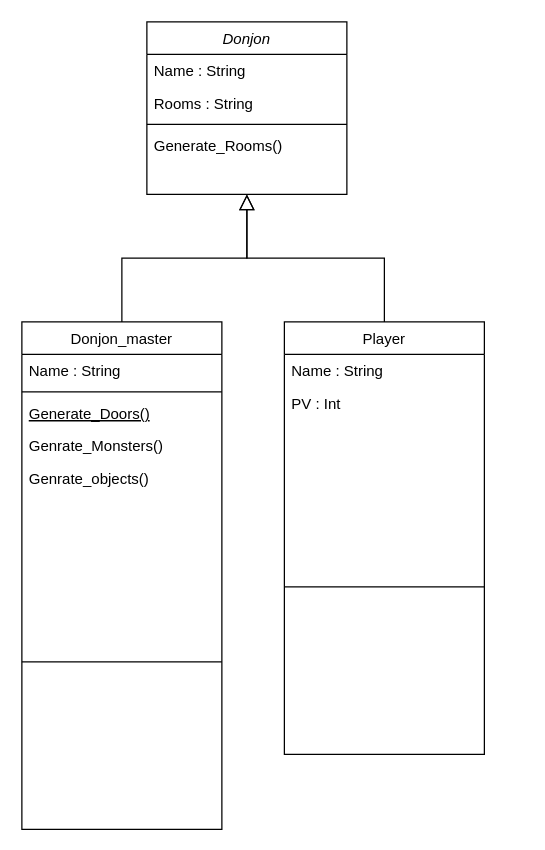
Longuevville/DonjonQuest keeps this draw.io diagram as Diagramme de classe.drawio. Above is the earlier version. Source tidied: cells renumbered, new cells numbered last; positions are measured from the earlier drawing's top-left corner, leaving out a move shared by most shapes. Both pictures are drawn from the tidied source at 125%, with x=0, y=0 at pixel (21, 21).
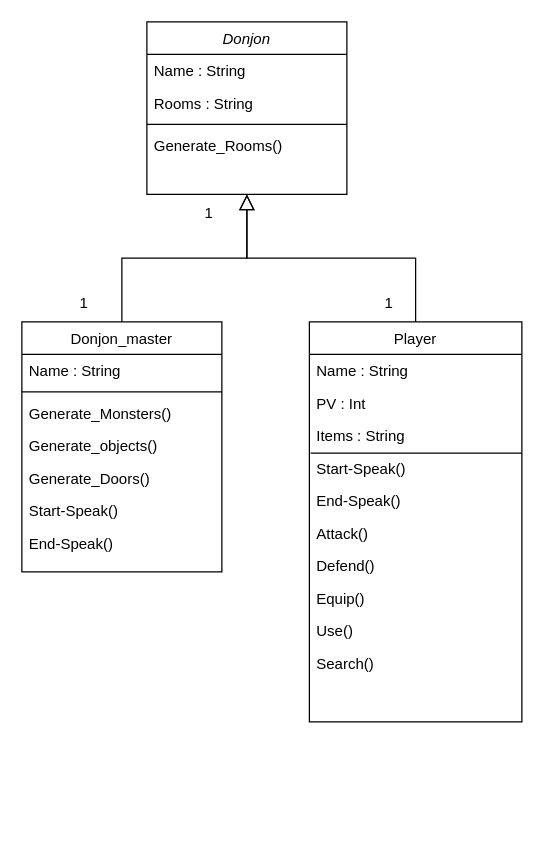
After the change.

Commit message (it also covers changes not shown here):
Mettre à jour Diagramme de classe.drawio

Diff of the diagram source:
```diff
@@
     <mxCell id="7" value="Donjon_master" style="swimlane;fontStyle=0;align=center;verticalAlign=top;horizontal=1;startSize=26;rounded=0;shadow=0;strokeWidth=1;" parent="1" vertex="1">
-      <mxGeometry y="240" width="160" height="406" as="geometry" />
+      <mxGeometry y="240" width="160" height="200" as="geometry" />
     </mxCell>
@@
-    <mxCell id="10" value="Generate_Doors()" style="text;align=left;verticalAlign=top;spacingLeft=4;spacingRight=4;overflow=hidden;fontStyle=4;" parent="7" vertex="1">
-      <mxGeometry y="60" width="160" height="26" as="geometry" />
-    </mxCell>
-    <mxCell id="11" value="Genrate_Monsters()" style="text;align=left;verticalAlign=top;spacingLeft=4;spacingRight=4;overflow=hidden;" parent="7" vertex="1">
-      <mxGeometry y="86" width="160" height="26" as="geometry" />
+    <mxCell id="11" value="Generate_Monsters()" style="text;align=left;verticalAlign=top;spacingLeft=4;spacingRight=4;overflow=hidden;" parent="7" vertex="1">
+      <mxGeometry y="60" width="160" height="26" as="geometry" />
     </mxCell>
-    <mxCell id="12" value="Genrate_objects()" style="text;align=left;verticalAlign=top;spacingLeft=4;spacingRight=4;overflow=hidden;" parent="7" vertex="1">
-      <mxGeometry y="112" width="160" height="26" as="geometry" />
+    <mxCell id="12" value="Generate_objects()" style="text;align=left;verticalAlign=top;spacingLeft=4;spacingRight=4;overflow=hidden;" parent="7" vertex="1">
+      <mxGeometry y="86" width="160" height="26" as="geometry" />
     </mxCell>
-    <mxCell id="13" style="line;html=1;strokeWidth=1;align=left;verticalAlign=middle;spacingTop=-1;spacingLeft=3;spacingRight=3;labelPosition=right;" parent="7" vertex="1">
-      <mxGeometry y="138" width="160" height="268" as="geometry" />
-    </mxCell>
+    <mxCell id="10" value="Generate_Doors()" style="text;align=left;verticalAlign=top;spacingLeft=4;spacingRight=4;overflow=hidden;" parent="7" vertex="1">
+      <mxGeometry y="112" width="160" height="26" as="geometry" />
+    </mxCell>
+    <mxCell id="20" value="Start-Speak()" style="text;align=left;verticalAlign=top;spacingLeft=4;spacingRight=4;overflow=hidden;" parent="7" vertex="1">
+      <mxGeometry y="138" width="160" height="26" as="geometry" />
+    </mxCell>
+    <mxCell id="21" value="End-Speak()" style="text;align=left;verticalAlign=top;spacingLeft=4;spacingRight=4;overflow=hidden;" parent="7" vertex="1">
+      <mxGeometry y="164" width="160" height="26" as="geometry" />
+    </mxCell>
@@
     <mxCell id="15" value="Player" style="swimlane;fontStyle=0;align=center;verticalAlign=top;horizontal=1;startSize=26;rounded=0;shadow=0;strokeWidth=1;" parent="1" vertex="1">
-      <mxGeometry x="210" y="240" width="160" height="346" as="geometry" />
+      <mxGeometry x="230" y="240" width="170" height="320" as="geometry" />
     </mxCell>
     <mxCell id="16" value="Name : String" style="text;align=left;verticalAlign=top;spacingLeft=4;spacingRight=4;overflow=hidden;" parent="15" vertex="1">
-      <mxGeometry y="26" width="160" height="26" as="geometry" />
+      <mxGeometry y="26" width="170" height="26" as="geometry" />
     </mxCell>
     <mxCell id="17" value="PV : Int" style="text;align=left;verticalAlign=top;spacingLeft=4;spacingRight=4;overflow=hidden;" parent="15" vertex="1">
-      <mxGeometry y="52" width="160" height="26" as="geometry" />
+      <mxGeometry y="52" width="170" height="26" as="geometry" />
     </mxCell>
-    <mxCell id="18" style="line;html=1;strokeWidth=1;align=left;verticalAlign=middle;spacingTop=-1;spacingLeft=3;spacingRight=3;labelPosition=right;" parent="15" vertex="1">
-      <mxGeometry y="78" width="160" height="268" as="geometry" />
-    </mxCell>
+    <mxCell id="22" value="Items : String" style="text;align=left;verticalAlign=top;spacingLeft=4;spacingRight=4;overflow=hidden;" parent="15" vertex="1">
+      <mxGeometry y="78" width="170" height="26" as="geometry" />
+    </mxCell>
+    <mxCell id="23" value="Start-Speak()" style="text;align=left;verticalAlign=top;spacingLeft=4;spacingRight=4;overflow=hidden;" parent="15" vertex="1">
+      <mxGeometry y="104" width="170" height="26" as="geometry" />
+    </mxCell>
+    <mxCell id="24" value="End-Speak()" style="text;align=left;verticalAlign=top;spacingLeft=4;spacingRight=4;overflow=hidden;" parent="15" vertex="1">
+      <mxGeometry y="130" width="170" height="26" as="geometry" />
+    </mxCell>
+    <mxCell id="25" value="Attack()" style="text;align=left;verticalAlign=top;spacingLeft=4;spacingRight=4;overflow=hidden;" parent="15" vertex="1">
+      <mxGeometry y="156" width="170" height="26" as="geometry" />
+    </mxCell>
+    <mxCell id="26" value="Defend()" style="text;align=left;verticalAlign=top;spacingLeft=4;spacingRight=4;overflow=hidden;" parent="15" vertex="1">
+      <mxGeometry y="182" width="170" height="26" as="geometry" />
+    </mxCell>
+    <mxCell id="27" value="Equip()" style="text;align=left;verticalAlign=top;spacingLeft=4;spacingRight=4;overflow=hidden;" parent="15" vertex="1">
+      <mxGeometry y="208" width="170" height="26" as="geometry" />
+    </mxCell>
+    <mxCell id="28" value="Use()" style="text;align=left;verticalAlign=top;spacingLeft=4;spacingRight=4;overflow=hidden;" parent="15" vertex="1">
+      <mxGeometry y="234" width="170" height="26" as="geometry" />
+    </mxCell>
+    <mxCell id="29" style="endArrow=none;html=1;rounded=0;exitX=0.006;exitY=0.038;exitDx=0;exitDy=0;exitPerimeter=0;" parent="15" edge="1">
+      <mxGeometry relative="1" as="geometry">
+        <mxPoint x="1" y="105" as="sourcePoint" />
+        <mxPoint x="170" y="105" as="targetPoint" />
+      </mxGeometry>
+    </mxCell>
+    <mxCell id="30" value="Search()" style="text;align=left;verticalAlign=top;spacingLeft=4;spacingRight=4;overflow=hidden;" parent="15" vertex="1">
+      <mxGeometry y="260" width="170" height="26" as="geometry" />
+    </mxCell>
@@
+    <mxCell id="31" value="1" style="text;html=1;strokeColor=none;fillColor=none;align=center;verticalAlign=middle;whiteSpace=wrap;rounded=0;" parent="1" vertex="1">
+      <mxGeometry x="120" y="138" width="60" height="30" as="geometry" />
+    </mxCell>
+    <mxCell id="32" value="1" style="text;html=1;strokeColor=none;fillColor=none;align=center;verticalAlign=middle;whiteSpace=wrap;rounded=0;" parent="1" vertex="1">
+      <mxGeometry x="20" y="210" width="60" height="30" as="geometry" />
+    </mxCell>
+    <mxCell id="33" value="1" style="text;html=1;strokeColor=none;fillColor=none;align=center;verticalAlign=middle;whiteSpace=wrap;rounded=0;" parent="1" vertex="1">
+      <mxGeometry x="264" y="210" width="60" height="30" as="geometry" />
+    </mxCell>
```
